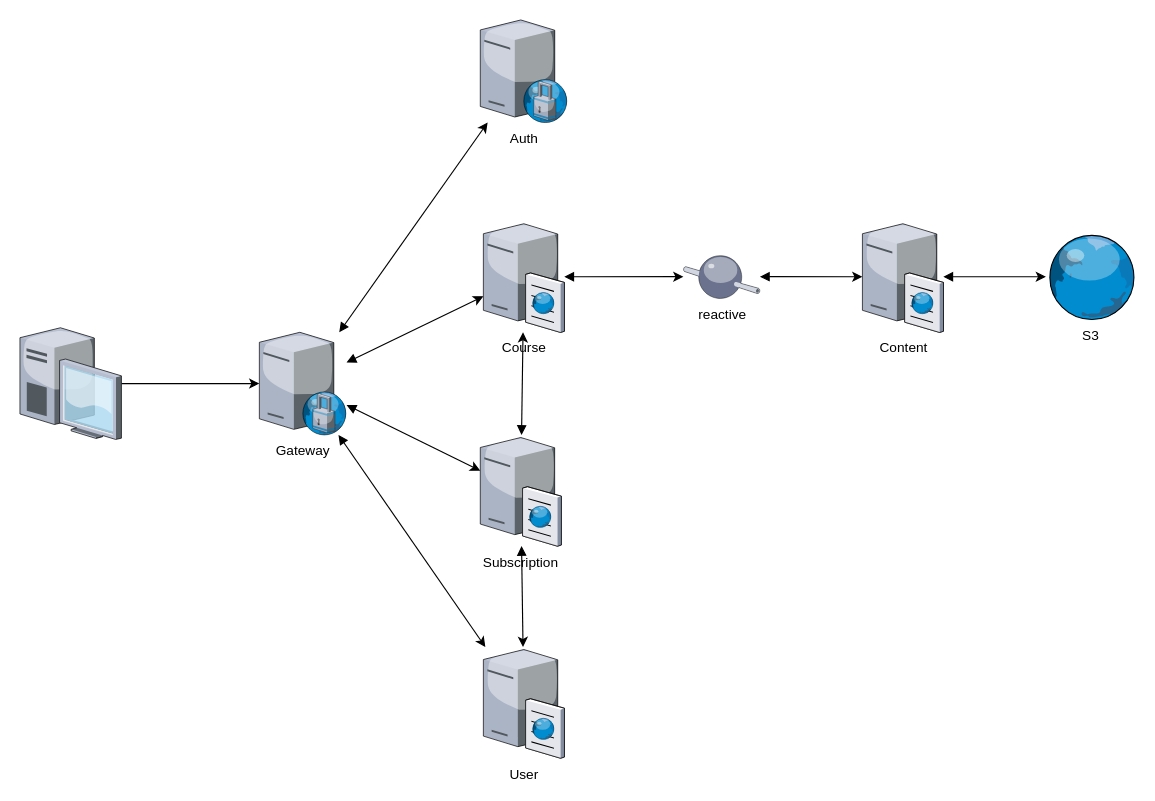
Above: microservices.drawio in augustoadsis/microservices-spring-cloud (draw.io), before the change. Source tidied: cells renumbered, new cells numbered last; positions are measured from the earlier drawing's top-left corner, leaving out a move shared by most shapes. Both pictures are drawn from the tidied source at 114%, with x=0, y=0 at pixel (19, 19).
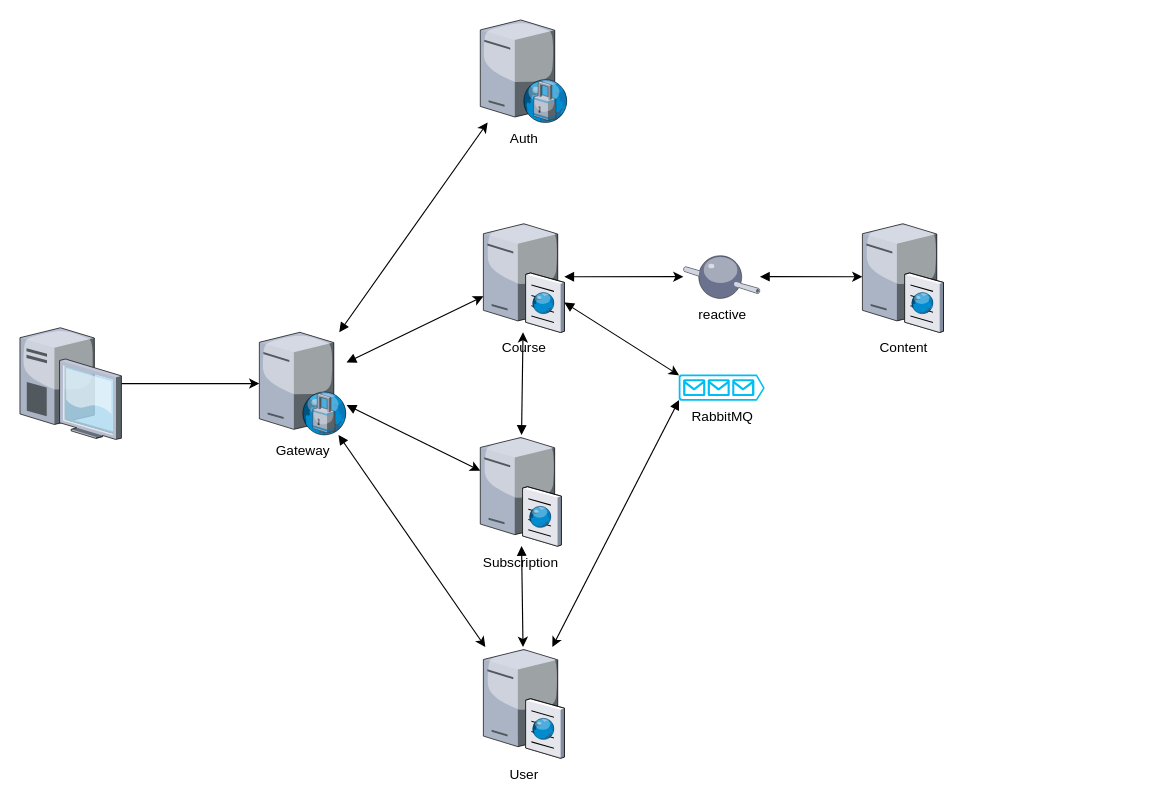
The same page after the edit.

Unchanged cells that the change refers to:
```xml
<mxCell id="11" value="Course" style="verticalLabelPosition=bottom;html=1;verticalAlign=top;strokeColor=none;align=center;outlineConnect=0;shape=mxgraph.citrix.cache_server;" parent="1" vertex="1">
  <mxGeometry x="406.5" y="176.5" width="71" height="97.5" as="geometry" />
</mxCell>
<mxCell id="12" value="User" style="verticalLabelPosition=bottom;html=1;verticalAlign=top;strokeColor=none;align=center;outlineConnect=0;shape=mxgraph.citrix.cache_server;" parent="1" vertex="1">
  <mxGeometry x="406.5" y="550" width="71" height="97.5" as="geometry" />
</mxCell>
<mxCell id="20" value="Content" style="verticalLabelPosition=bottom;html=1;verticalAlign=top;strokeColor=none;align=center;outlineConnect=0;shape=mxgraph.citrix.cache_server;" parent="1" vertex="1">
  <mxGeometry x="739" y="176.5" width="71" height="97.5" as="geometry" />
</mxCell>
```

Diff of the diagram source:
```diff
@@
-    <mxCell id="16" style="edgeStyle=none;rounded=0;jettySize=auto;html=1;startArrow=block;startFill=1;strokeColor=#000000;" parent="1" edge="1" source="20" target="17">
-      <mxGeometry relative="1" as="geometry" />
-    </mxCell>
-    <mxCell id="17" value="S3" style="verticalLabelPosition=bottom;html=1;verticalAlign=top;strokeColor=none;align=center;outlineConnect=0;shape=mxgraph.citrix.globe;" parent="1" vertex="1">
-      <mxGeometry x="900" y="187.8" width="78.5" height="75" as="geometry" />
-    </mxCell>
@@
+    <mxCell id="21" value="RabbitMQ" style="verticalLabelPosition=bottom;html=1;verticalAlign=top;align=center;strokeColor=none;fillColor=#00BEF2;shape=mxgraph.azure.queue_generic;" parent="1" vertex="1">
+      <mxGeometry x="577.8" y="311" width="75.5" height="23" as="geometry" />
+    </mxCell>
+    <mxCell id="22" style="edgeStyle=none;rounded=0;jettySize=auto;html=1;startArrow=block;startFill=1;strokeColor=#000000;entryX=0.005;entryY=0.03;entryDx=0;entryDy=0;entryPerimeter=0;" parent="1" edge="1" source="11" target="21">
+      <mxGeometry relative="1" as="geometry" />
+    </mxCell>
+    <mxCell id="23" style="edgeStyle=none;rounded=0;jettySize=auto;html=1;startArrow=block;startFill=1;strokeColor=#000000;exitX=0.005;exitY=0.97;exitDx=0;exitDy=0;exitPerimeter=0;" parent="1" edge="1" source="21" target="12">
+      <mxGeometry relative="1" as="geometry" />
+    </mxCell>
```
